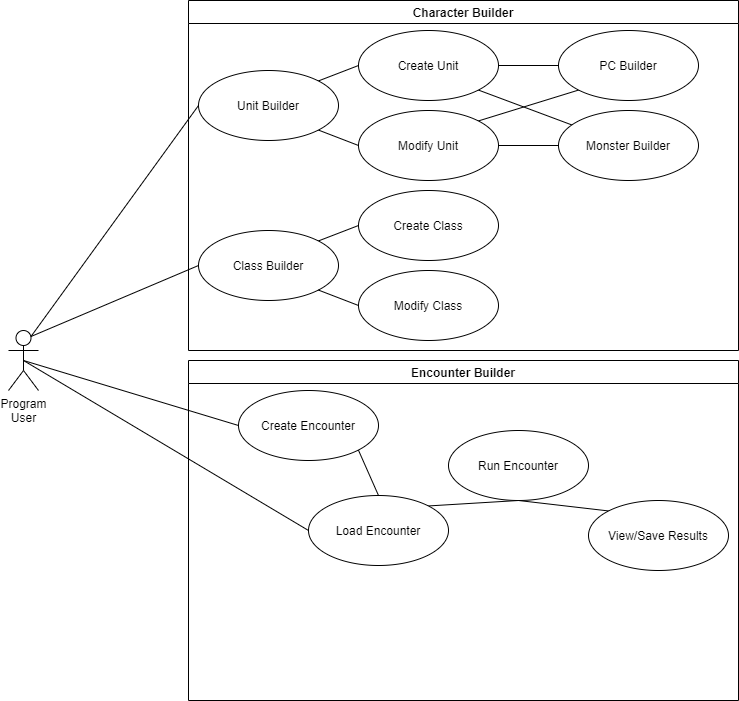
Above: Cam-Gallagher_SRD5-Battle-Sim.png in YaBoiCGally/Final-Project-Proposal (draw.io), before the change. Source tidied: cells renumbered, new cells last; positions are measured from the earlier drawing's top-left corner, leaving out a move shared by most shapes.
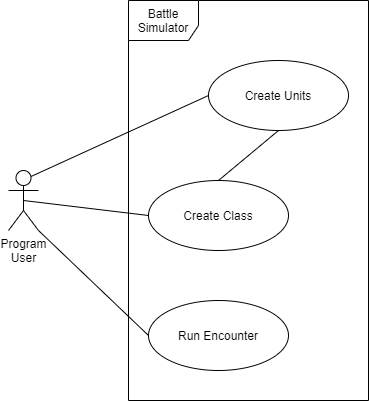
Above is the later version.

Change to the diagram source:
```diff
@@ -2,95 +2,32 @@
   <root>
     <mxCell id="0" />
     <mxCell id="1" parent="0" />
+    <mxCell id="32" style="rounded=0;jettySize=auto;html=1;exitX=0.5;exitY=0.5;exitDx=0;exitDy=0;exitPerimeter=0;entryX=0;entryY=0.5;entryDx=0;entryDy=0;endArrow=none;endFill=0;" parent="1" edge="1" source="2" target="11">
+      <mxGeometry relative="1" as="geometry" />
+    </mxCell>
+    <mxCell id="33" style="edgeStyle=none;rounded=0;jettySize=auto;html=1;exitX=0.75;exitY=0.1;exitDx=0;exitDy=0;exitPerimeter=0;entryX=0;entryY=0.5;entryDx=0;entryDy=0;endArrow=none;endFill=0;" parent="1" edge="1" source="2" target="35">
+      <mxGeometry relative="1" as="geometry" />
+    </mxCell>
     <mxCell id="2" value="Program&lt;br&gt;User" style="shape=umlActor;verticalLabelPosition=bottom;verticalAlign=top;html=1;outlineConnect=0;" parent="1" vertex="1">
       <mxGeometry y="330" width="30" height="60" as="geometry" />
     </mxCell>
-    <mxCell id="3" value="Character Builder" style="swimlane;" parent="1" vertex="1">
-      <mxGeometry x="180" width="550" height="350" as="geometry" />
-    </mxCell>
-    <mxCell id="4" style="edgeStyle=none;rounded=0;jettySize=auto;html=1;exitX=1;exitY=0.5;exitDx=0;exitDy=0;entryX=0;entryY=0.5;entryDx=0;entryDy=0;endArrow=none;endFill=0;" parent="3" edge="1" source="6" target="18">
-      <mxGeometry relative="1" as="geometry" />
-    </mxCell>
-    <mxCell id="5" style="edgeStyle=none;rounded=0;jettySize=auto;html=1;exitX=1;exitY=1;exitDx=0;exitDy=0;endArrow=none;endFill=0;" parent="3" edge="1" source="6" target="19">
-      <mxGeometry relative="1" as="geometry" />
-    </mxCell>
-    <mxCell id="6" value="Create Unit" style="ellipse;whiteSpace=wrap;html=1;" parent="3" vertex="1">
-      <mxGeometry x="170" y="30" width="140" height="70" as="geometry" />
-    </mxCell>
-    <mxCell id="7" style="edgeStyle=none;rounded=0;jettySize=auto;html=1;exitX=0;exitY=0.5;exitDx=0;exitDy=0;entryX=1;entryY=1;entryDx=0;entryDy=0;endArrow=none;endFill=0;" parent="3" edge="1" source="10" target="14">
-      <mxGeometry relative="1" as="geometry" />
-    </mxCell>
-    <mxCell id="8" style="edgeStyle=none;rounded=0;jettySize=auto;html=1;exitX=1;exitY=0.5;exitDx=0;exitDy=0;entryX=0;entryY=0.5;entryDx=0;entryDy=0;endArrow=none;endFill=0;" parent="3" edge="1" source="10" target="19">
-      <mxGeometry relative="1" as="geometry" />
-    </mxCell>
-    <mxCell id="9" style="edgeStyle=none;rounded=0;jettySize=auto;html=1;exitX=1;exitY=0;exitDx=0;exitDy=0;entryX=0;entryY=1;entryDx=0;entryDy=0;endArrow=none;endFill=0;" parent="3" edge="1" source="10" target="18">
-      <mxGeometry relative="1" as="geometry" />
-    </mxCell>
-    <mxCell id="10" value="Modify Unit" style="ellipse;whiteSpace=wrap;html=1;" parent="3" vertex="1">
-      <mxGeometry x="170" y="110" width="140" height="70" as="geometry" />
-    </mxCell>
+    <mxCell id="34" value="Battle Simulator" style="shape=umlFrame;whiteSpace=wrap;html=1;width=70;height=40;" parent="1" vertex="1">
+      <mxGeometry x="120" y="160" width="240" height="400" as="geometry" />
+    </mxCell>
+    <mxCell id="35" value="Create Units" style="ellipse;whiteSpace=wrap;html=1;" parent="1" vertex="1">
+      <mxGeometry x="200" y="220" width="140" height="70" as="geometry" />
+    </mxCell>
+    <mxCell id="36" style="edgeStyle=none;rounded=0;jettySize=auto;html=1;exitX=0.5;exitY=0;exitDx=0;exitDy=0;entryX=0.5;entryY=1;entryDx=0;entryDy=0;endArrow=none;endFill=0;" parent="1" edge="1" source="11" target="35">
+      <mxGeometry relative="1" as="geometry" />
+    </mxCell>
-    <mxCell id="11" value="Create Class" style="ellipse;whiteSpace=wrap;html=1;" parent="3" vertex="1">
-      <mxGeometry x="170" y="190" width="140" height="70" as="geometry" />
+    <mxCell id="11" value="Create Class" style="ellipse;whiteSpace=wrap;html=1;" parent="1" vertex="1">
+      <mxGeometry x="140" y="340" width="140" height="70" as="geometry" />
     </mxCell>
-    <mxCell id="12" value="Modify Class" style="ellipse;whiteSpace=wrap;html=1;" parent="3" vertex="1">
-      <mxGeometry x="170" y="270" width="140" height="70" as="geometry" />
-    </mxCell>
-    <mxCell id="13" style="edgeStyle=none;rounded=0;jettySize=auto;html=1;exitX=1;exitY=0;exitDx=0;exitDy=0;entryX=0;entryY=0.5;entryDx=0;entryDy=0;endArrow=none;endFill=0;" parent="3" edge="1" source="14" target="6">
-      <mxGeometry relative="1" as="geometry" />
-    </mxCell>
-    <mxCell id="14" value="Unit Builder" style="ellipse;whiteSpace=wrap;html=1;" parent="3" vertex="1">
-      <mxGeometry x="10" y="70" width="140" height="70" as="geometry" />
-    </mxCell>
-    <mxCell id="15" style="rounded=0;jettySize=auto;html=1;exitX=1;exitY=0;exitDx=0;exitDy=0;entryX=0;entryY=0.5;entryDx=0;entryDy=0;endArrow=none;endFill=0;" parent="3" edge="1" source="16" target="11">
-      <mxGeometry relative="1" as="geometry" />
-    </mxCell>
-    <mxCell id="16" value="Class Builder" style="ellipse;whiteSpace=wrap;html=1;" parent="3" vertex="1">
-      <mxGeometry x="10" y="230" width="140" height="70" as="geometry" />
-    </mxCell>
-    <mxCell id="17" style="edgeStyle=none;rounded=0;jettySize=auto;html=1;exitX=0;exitY=0.5;exitDx=0;exitDy=0;endArrow=none;endFill=0;entryX=1;entryY=1;entryDx=0;entryDy=0;" parent="3" edge="1" source="12" target="16">
-      <mxGeometry relative="1" as="geometry" />
-    </mxCell>
-    <mxCell id="18" value="PC Builder" style="ellipse;whiteSpace=wrap;html=1;" parent="3" vertex="1">
-      <mxGeometry x="370" y="30" width="140" height="70" as="geometry" />
-    </mxCell>
-    <mxCell id="19" value="Monster Builder" style="ellipse;whiteSpace=wrap;html=1;" parent="3" vertex="1">
-      <mxGeometry x="370" y="110" width="140" height="70" as="geometry" />
-    </mxCell>
-    <mxCell id="20" value="Encounter Builder" style="swimlane;" parent="1" vertex="1">
-      <mxGeometry x="180" y="360" width="550" height="340" as="geometry" />
-    </mxCell>
-    <mxCell id="21" style="edgeStyle=none;rounded=0;jettySize=auto;html=1;exitX=1;exitY=1;exitDx=0;exitDy=0;entryX=0.5;entryY=0;entryDx=0;entryDy=0;endArrow=none;endFill=0;" parent="20" edge="1" source="22" target="24">
-      <mxGeometry relative="1" as="geometry" />
-    </mxCell>
-    <mxCell id="22" value="Create Encounter" style="ellipse;whiteSpace=wrap;html=1;" parent="20" vertex="1">
-      <mxGeometry x="50" y="30" width="140" height="70" as="geometry" />
-    </mxCell>
-    <mxCell id="23" style="edgeStyle=none;rounded=0;jettySize=auto;html=1;exitX=1;exitY=0;exitDx=0;exitDy=0;entryX=0.5;entryY=1;entryDx=0;entryDy=0;endArrow=none;endFill=0;" parent="20" edge="1" source="24" target="26">
-      <mxGeometry relative="1" as="geometry" />
-    </mxCell>
-    <mxCell id="24" value="Load Encounter" style="ellipse;whiteSpace=wrap;html=1;" parent="20" vertex="1">
-      <mxGeometry x="120" y="135" width="140" height="70" as="geometry" />
-    </mxCell>
-    <mxCell id="25" style="edgeStyle=none;rounded=0;jettySize=auto;html=1;exitX=0.5;exitY=1;exitDx=0;exitDy=0;entryX=0;entryY=0;entryDx=0;entryDy=0;endArrow=none;endFill=0;" parent="20" edge="1" source="26" target="27">
-      <mxGeometry relative="1" as="geometry" />
-    </mxCell>
+    <mxCell id="37" style="edgeStyle=none;rounded=0;jettySize=auto;html=1;exitX=0;exitY=0.5;exitDx=0;exitDy=0;entryX=1;entryY=1;entryDx=0;entryDy=0;entryPerimeter=0;endArrow=none;endFill=0;" parent="1" edge="1" source="26" target="2">
+      <mxGeometry relative="1" as="geometry" />
+    </mxCell>
-    <mxCell id="26" value="Run Encounter" style="ellipse;whiteSpace=wrap;html=1;" parent="20" vertex="1">
-      <mxGeometry x="260" y="70" width="140" height="70" as="geometry" />
+    <mxCell id="26" value="Run Encounter" style="ellipse;whiteSpace=wrap;html=1;" parent="1" vertex="1">
+      <mxGeometry x="140" y="460" width="140" height="70" as="geometry" />
     </mxCell>
-    <mxCell id="27" value="View/Save Results" style="ellipse;whiteSpace=wrap;html=1;" parent="20" vertex="1">
-      <mxGeometry x="400" y="140" width="140" height="70" as="geometry" />
-    </mxCell>
-    <mxCell id="28" style="edgeStyle=none;rounded=0;jettySize=auto;html=1;exitX=0;exitY=0.5;exitDx=0;exitDy=0;entryX=0.75;entryY=0.1;entryDx=0;entryDy=0;entryPerimeter=0;endArrow=none;endFill=0;" parent="1" edge="1" source="14" target="2">
-      <mxGeometry relative="1" as="geometry" />
-    </mxCell>
-    <mxCell id="29" style="edgeStyle=none;rounded=0;jettySize=auto;html=1;exitX=0;exitY=0.5;exitDx=0;exitDy=0;entryX=0.75;entryY=0.1;entryDx=0;entryDy=0;entryPerimeter=0;endArrow=none;endFill=0;" parent="1" edge="1" source="16" target="2">
-      <mxGeometry relative="1" as="geometry" />
-    </mxCell>
-    <mxCell id="30" style="edgeStyle=none;rounded=0;jettySize=auto;html=1;exitX=0;exitY=0.5;exitDx=0;exitDy=0;entryX=0.5;entryY=0.5;entryDx=0;entryDy=0;entryPerimeter=0;endArrow=none;endFill=0;" parent="1" edge="1" source="24" target="2">
-      <mxGeometry relative="1" as="geometry" />
-    </mxCell>
-    <mxCell id="31" style="edgeStyle=none;rounded=0;jettySize=auto;html=1;exitX=0;exitY=0.5;exitDx=0;exitDy=0;entryX=0.5;entryY=0.5;entryDx=0;entryDy=0;entryPerimeter=0;endArrow=none;endFill=0;" parent="1" edge="1" source="22" target="2">
-      <mxGeometry relative="1" as="geometry" />
-    </mxCell>
   </root>
 </mxGraphModel>
```
